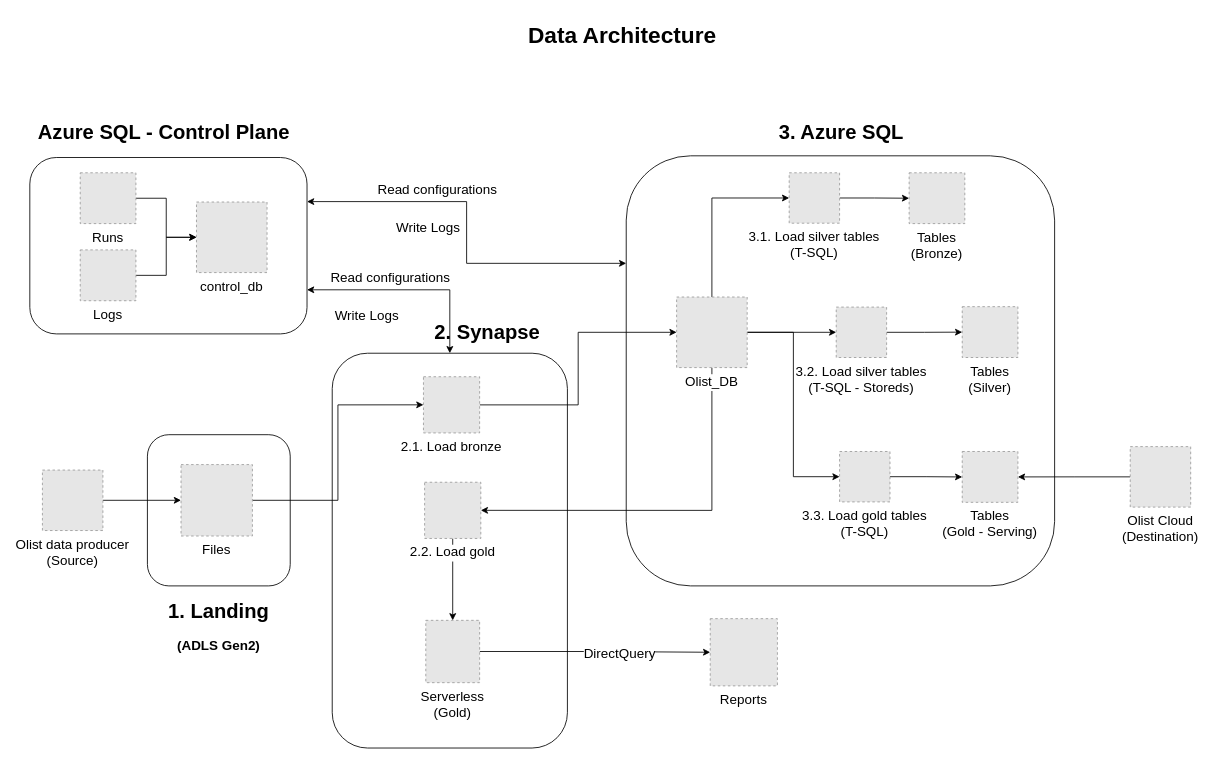
Above: azure_synapse/brazilian_e_commerce_azure_db/docs/data_processing_design_Brazilian_E_Commerce.drawio in WilderJoseth/data-engineering-projects (draw.io), before the change. Source tidied: cells renumbered, new cells numbered last; positions are measured from the earlier drawing's top-left corner, leaving out a move shared by most shapes. Both pictures are drawn from the tidied source at 84%, with x=0, y=0 at pixel (29, 14). Pictures stored in the file or linked from it are replaced by grey dashed boxes.
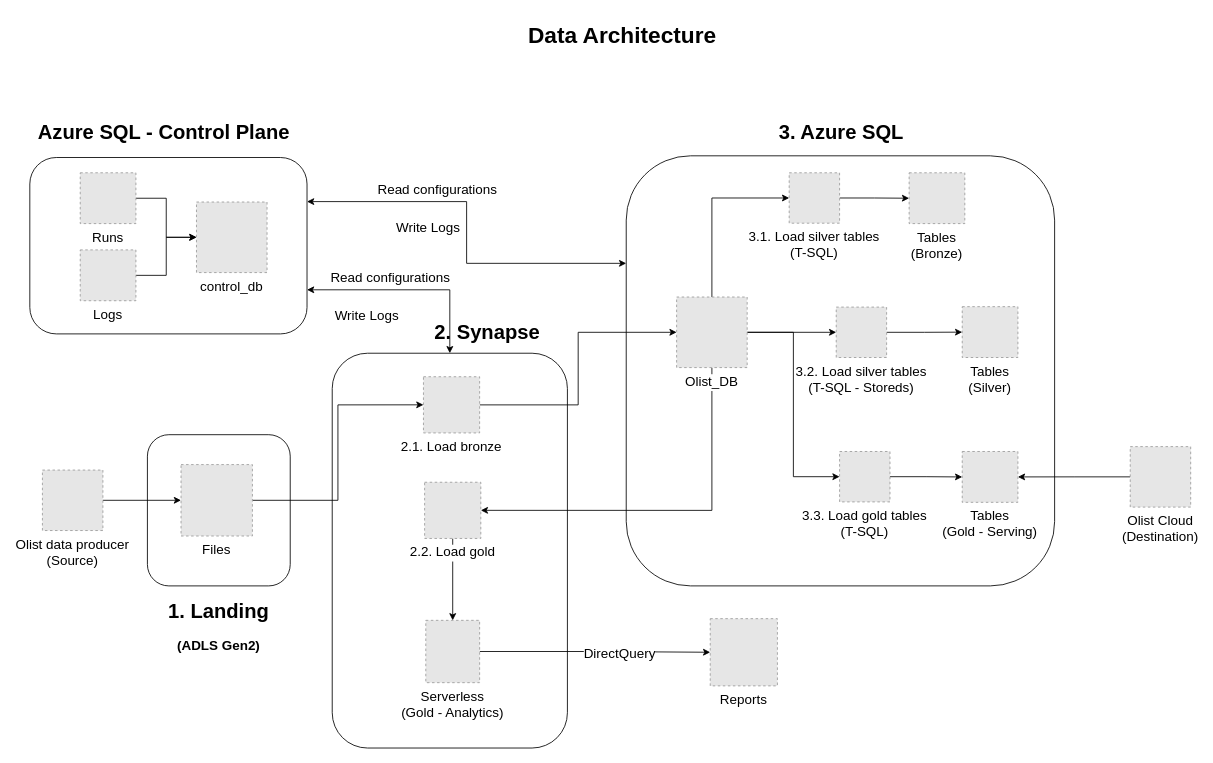
The same diagram, later.

What changed in the source:
```diff
@@
-    <mxCell id="17" value="Serverless&#10;(Gold)" style="fillColor=#E6E6E6;strokeColor=#999999;dashed=1;verticalLabelPosition=bottom;labelBackgroundColor=default;verticalAlign=top;fontSize=16;" parent="1" vertex="1">
+    <mxCell id="17" value="Serverless&#10;(Gold - Analytics)" style="fillColor=#E6E6E6;strokeColor=#999999;dashed=1;verticalLabelPosition=bottom;labelBackgroundColor=default;verticalAlign=top;fontSize=16;" parent="1" vertex="1">
       <mxGeometry x="471.4" y="721" width="64.1" height="74.2" as="geometry" />
     </mxCell>
```
